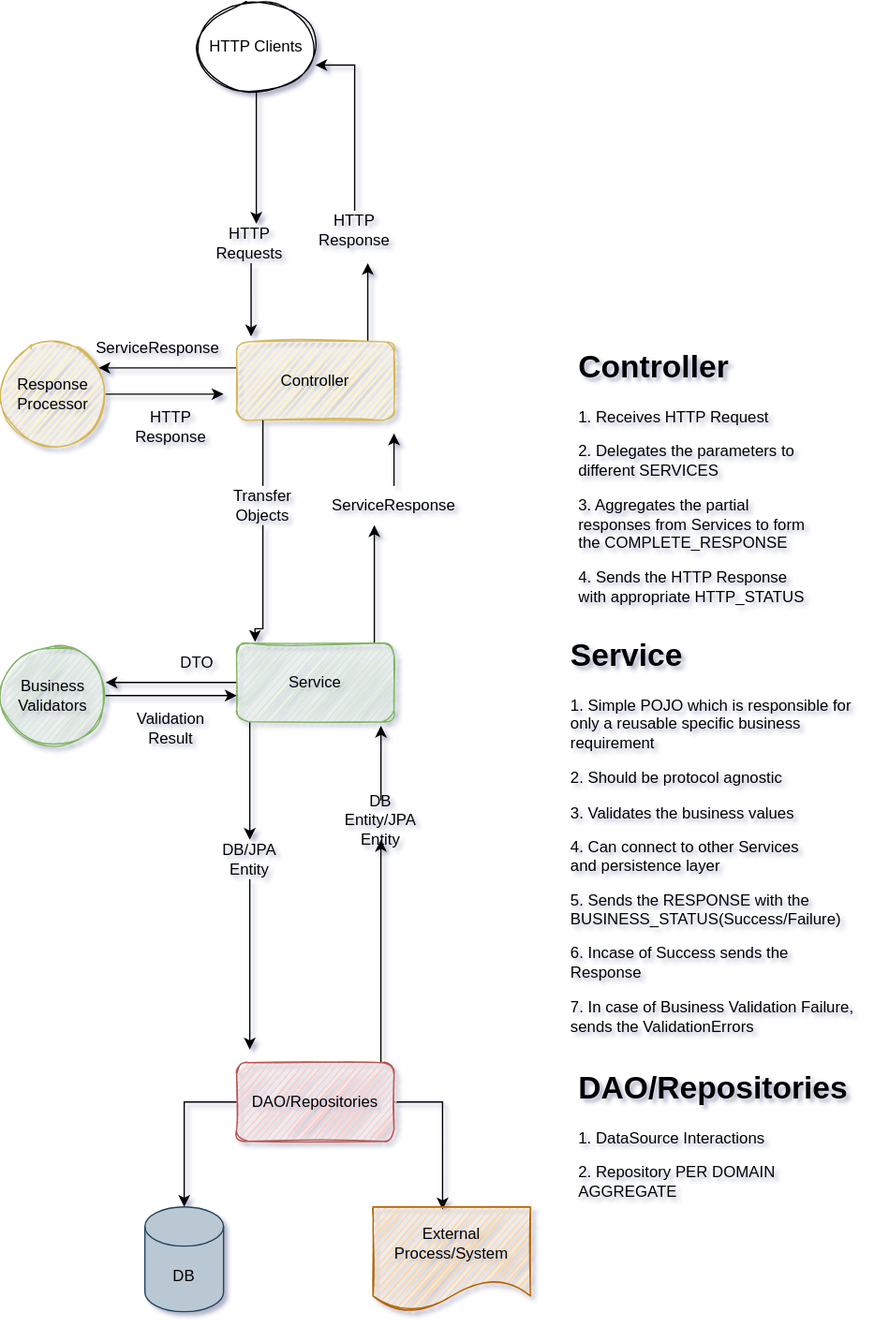
The draw.io diagram 1.component_responsibilities.svg in kodecamp/arch-poc, before a commit. Source tidied: cells renumbered, new cells last; positions are measured from the earlier drawing's top-left corner, leaving out a move shared by most shapes.
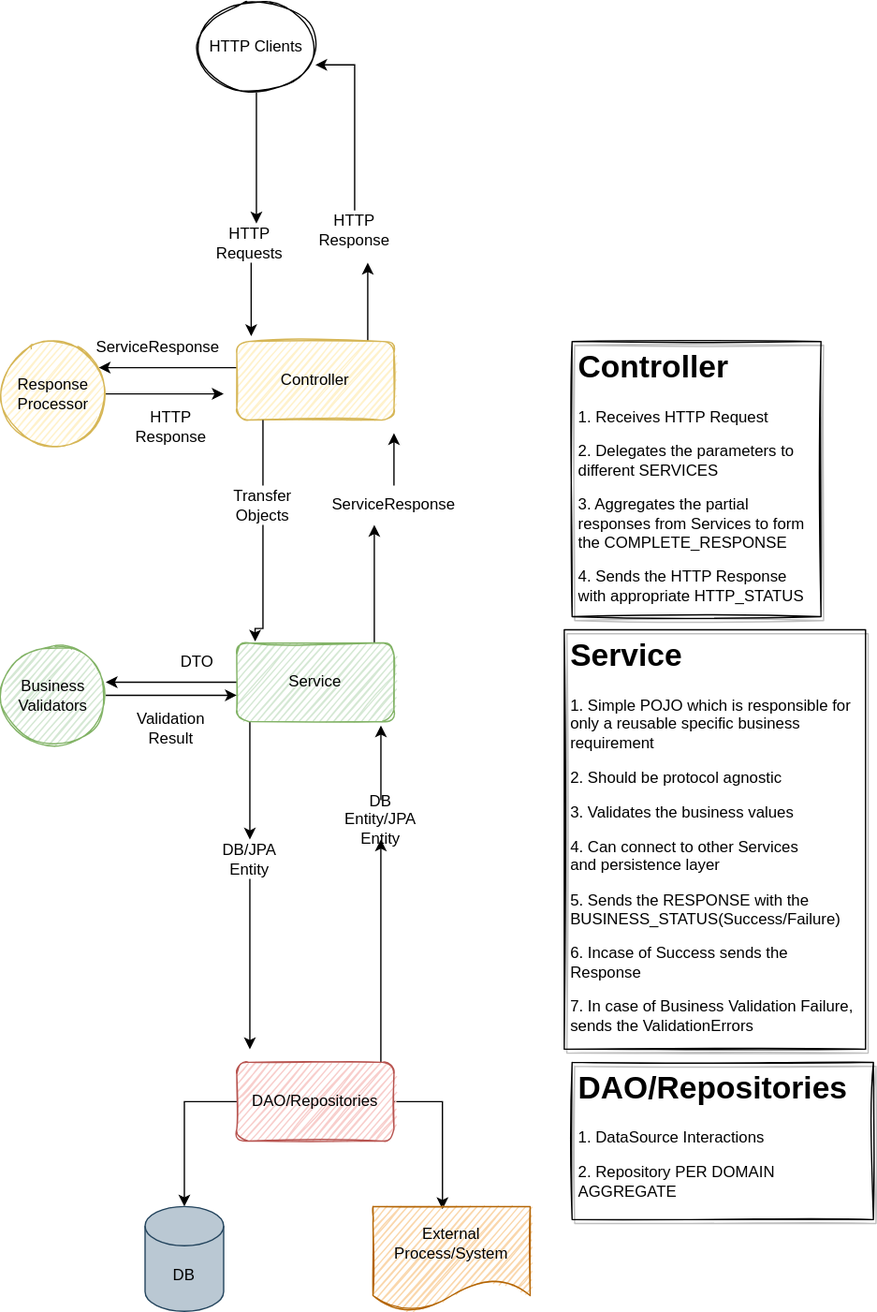
The same file after the commit.

The edit, as a diff of the source:
```diff
@@ -1,4 +1,4 @@
-<mxGraphModel background="#ffffff" shadow="1">
+<mxGraphModel background="#ffffff">
   <root>
     <mxCell id="0" />
     <mxCell id="1" parent="0" />
@@ -50,10 +50,10 @@
     <mxCell id="9" value="Service" style="rounded=1;whiteSpace=wrap;html=1;glass=0;sketch=1;fillColor=#d5e8d4;strokeColor=#82b366;" parent="1" vertex="1">
       <mxGeometry x="180" y="490" width="120" height="60" as="geometry" />
     </mxCell>
-    <mxCell id="10" value="&lt;h1&gt;Controller&lt;/h1&gt;&lt;p&gt;1. Receives HTTP Request&lt;/p&gt;&lt;p&gt;2. Delegates the parameters to different SERVICES&lt;/p&gt;&lt;p&gt;3. Aggregates the partial responses from Services to form the COMPLETE_RESPONSE&lt;/p&gt;&lt;p&gt;4. Sends the HTTP Response with appropriate HTTP_STATUS&lt;/p&gt;" style="text;html=1;strokeColor=none;fillColor=none;spacing=5;spacingTop=-20;whiteSpace=wrap;overflow=hidden;rounded=0;glass=0;labelBorderColor=none;sketch=1;" parent="1" vertex="1">
+    <mxCell id="10" value="&lt;h1&gt;Controller&lt;/h1&gt;&lt;p&gt;1. Receives HTTP Request&lt;/p&gt;&lt;p&gt;2. Delegates the parameters to different SERVICES&lt;/p&gt;&lt;p&gt;3. Aggregates the partial responses from Services to form the COMPLETE_RESPONSE&lt;/p&gt;&lt;p&gt;4. Sends the HTTP Response with appropriate HTTP_STATUS&lt;/p&gt;" style="text;html=1;strokeColor=default;fillColor=none;spacing=5;spacingTop=-20;whiteSpace=wrap;overflow=hidden;rounded=0;glass=0;labelBorderColor=none;sketch=1;shadow=1;" parent="1" vertex="1">
       <mxGeometry x="436" y="260" width="190" height="210" as="geometry" />
     </mxCell>
-    <mxCell id="11" value="&lt;h1&gt;Service&lt;/h1&gt;&lt;p&gt;1. Simple POJO which is responsible for only a reusable specific business requirement&lt;/p&gt;&lt;p&gt;2. Should be protocol agnostic&lt;/p&gt;&lt;p&gt;3. Validates the business values&lt;/p&gt;&lt;p&gt;4. Can connect to other Services and&amp;nbsp;&lt;span&gt;persistence layer&lt;/span&gt;&lt;/p&gt;&lt;p&gt;&lt;span&gt;5. Sends the RESPONSE with the BUSINESS_STATUS(Success/&lt;/span&gt;&lt;span&gt;Failure)&lt;/span&gt;&lt;/p&gt;&lt;p&gt;&lt;span&gt;6. Incase of Success sends the Response&lt;/span&gt;&lt;/p&gt;&lt;p&gt;&lt;span&gt;7. In case of Business Validation Failure, sends the ValidationErrors&lt;/span&gt;&lt;/p&gt;" style="text;html=1;strokeColor=none;fillColor=none;spacing=5;spacingTop=-20;whiteSpace=wrap;overflow=hidden;rounded=0;glass=0;labelBorderColor=none;sketch=1;" parent="1" vertex="1">
+    <mxCell id="11" value="&lt;h1&gt;Service&lt;/h1&gt;&lt;p&gt;1. Simple POJO which is responsible for only a reusable specific business requirement&lt;/p&gt;&lt;p&gt;2. Should be protocol agnostic&lt;/p&gt;&lt;p&gt;3. Validates the business values&lt;/p&gt;&lt;p&gt;4. Can connect to other Services and&amp;nbsp;&lt;span&gt;persistence layer&lt;/span&gt;&lt;/p&gt;&lt;p&gt;&lt;span&gt;5. Sends the RESPONSE with the BUSINESS_STATUS(Success/&lt;/span&gt;&lt;span&gt;Failure)&lt;/span&gt;&lt;/p&gt;&lt;p&gt;&lt;span&gt;6. Incase of Success sends the Response&lt;/span&gt;&lt;/p&gt;&lt;p&gt;&lt;span&gt;7. In case of Business Validation Failure, sends the ValidationErrors&lt;/span&gt;&lt;/p&gt;" style="text;html=1;strokeColor=default;fillColor=none;spacing=5;spacingTop=-20;whiteSpace=wrap;overflow=hidden;rounded=0;glass=0;labelBorderColor=none;sketch=1;shadow=1;" parent="1" vertex="1">
       <mxGeometry x="430" y="480" width="230" height="320" as="geometry" />
     </mxCell>
     <mxCell id="12" style="edgeStyle=orthogonalEdgeStyle;rounded=0;jettySize=auto;html=1;" parent="1" edge="1" source="15" target="16">
@@ -77,7 +77,7 @@
     <mxCell id="16" value="DB" style="shape=cylinder3;whiteSpace=wrap;html=1;boundedLbl=1;backgroundOutline=1;size=15;fillColor=#bac8d3;strokeColor=#23445d;" parent="1" vertex="1">
       <mxGeometry x="110" y="920" width="60" height="80" as="geometry" />
     </mxCell>
-    <mxCell id="17" value="&lt;h1&gt;DAO/Repositories&lt;/h1&gt;&lt;p&gt;&lt;span&gt;1. DataSource Interactions&lt;/span&gt;&lt;br&gt;&lt;/p&gt;&lt;p&gt;2. Repository PER DOMAIN AGGREGATE&lt;/p&gt;&lt;div&gt;&lt;br&gt;&lt;/div&gt;" style="text;html=1;strokeColor=none;fillColor=none;spacing=5;spacingTop=-20;whiteSpace=wrap;overflow=hidden;rounded=0;glass=0;labelBorderColor=none;sketch=1;" parent="1" vertex="1">
+    <mxCell id="17" value="&lt;h1&gt;DAO/Repositories&lt;/h1&gt;&lt;p&gt;&lt;span&gt;1. DataSource Interactions&lt;/span&gt;&lt;br&gt;&lt;/p&gt;&lt;p&gt;2. Repository PER DOMAIN AGGREGATE&lt;/p&gt;&lt;div&gt;&lt;br&gt;&lt;/div&gt;" style="text;html=1;strokeColor=default;fillColor=none;spacing=5;spacingTop=-20;whiteSpace=wrap;overflow=hidden;rounded=0;glass=0;labelBorderColor=none;sketch=1;shadow=1;" parent="1" vertex="1">
       <mxGeometry x="436" y="810" width="230" height="120" as="geometry" />
     </mxCell>
     <mxCell id="18" value="External Process/System" style="shape=document;whiteSpace=wrap;html=1;boundedLbl=1;sketch=1;fillColor=#fad7ac;strokeColor=#b46504;" parent="1" vertex="1">
```
